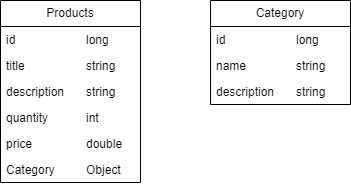
The draw.io diagram models.png in bhaveshpadave/ProductService, before a commit. Source tidied: cells renumbered, new cells last; positions are measured from the earlier drawing's top-left corner, leaving out a move shared by most shapes.
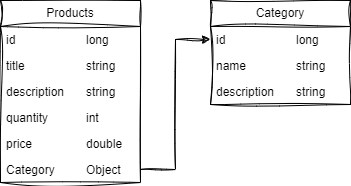
The same diagram one commit later.

The edit, as a diff of the source:
```diff
@@ -2,38 +2,41 @@
   <root>
     <mxCell id="0" />
     <mxCell id="1" parent="0" />
-    <mxCell id="2" value="Products" style="swimlane;fontStyle=0;horizontal=1;startSize=26;fillColor=none;whiteSpace=wrap;html=1;" parent="1" vertex="1">
+    <mxCell id="2" value="Products" style="swimlane;fontStyle=0;horizontal=1;startSize=26;whiteSpace=wrap;html=1;labelBackgroundColor=none;rounded=0;sketch=1;curveFitting=1;jiggle=2;fontFamily=Helvetica;" parent="1" vertex="1">
       <mxGeometry width="140" height="182" as="geometry" />
     </mxCell>
-    <mxCell id="3" value="id&lt;span style=&quot;white-space: pre;&quot;&gt;&#9;&lt;/span&gt;&lt;span style=&quot;white-space: pre;&quot;&gt;&#9;&lt;span style=&quot;white-space: pre;&quot;&gt;&#9;&lt;/span&gt;&lt;/span&gt;long" style="text;strokeColor=none;fillColor=none;align=left;verticalAlign=top;spacingLeft=4;spacingRight=4;overflow=hidden;whiteSpace=wrap;html=1;" parent="2" vertex="1">
+    <mxCell id="3" value="id&lt;span style=&quot;white-space: pre;&quot;&gt;&#9;&lt;/span&gt;&lt;span style=&quot;white-space: pre;&quot;&gt;&#9;&lt;span style=&quot;white-space: pre;&quot;&gt;&#9;&lt;/span&gt;&lt;/span&gt;long" style="text;align=left;verticalAlign=top;spacingLeft=4;spacingRight=4;overflow=hidden;whiteSpace=wrap;html=1;labelBackgroundColor=none;rounded=0;sketch=1;curveFitting=1;jiggle=2;fontFamily=Helvetica;" parent="2" vertex="1">
       <mxGeometry y="26" width="140" height="26" as="geometry" />
     </mxCell>
-    <mxCell id="4" value="title&lt;span style=&quot;white-space: pre;&quot;&gt;&#9;&lt;/span&gt;&lt;span style=&quot;white-space: pre;&quot;&gt;&#9;&lt;span style=&quot;white-space: pre;&quot;&gt;&#9;&lt;/span&gt;&lt;/span&gt;string" style="text;strokeColor=none;fillColor=none;align=left;verticalAlign=top;spacingLeft=4;spacingRight=4;overflow=hidden;whiteSpace=wrap;html=1;" parent="2" vertex="1">
+    <mxCell id="4" value="title&lt;span style=&quot;white-space: pre;&quot;&gt;&#9;&lt;/span&gt;&lt;span style=&quot;white-space: pre;&quot;&gt;&#9;&lt;span style=&quot;white-space: pre;&quot;&gt;&#9;&lt;/span&gt;&lt;/span&gt;string" style="text;align=left;verticalAlign=top;spacingLeft=4;spacingRight=4;overflow=hidden;whiteSpace=wrap;html=1;labelBackgroundColor=none;rounded=0;sketch=1;curveFitting=1;jiggle=2;fontFamily=Helvetica;" parent="2" vertex="1">
       <mxGeometry y="52" width="140" height="26" as="geometry" />
     </mxCell>
-    <mxCell id="5" value="description&lt;span style=&quot;white-space: pre;&quot;&gt;&#9;&lt;/span&gt;string" style="text;strokeColor=none;fillColor=none;align=left;verticalAlign=top;spacingLeft=4;spacingRight=4;overflow=hidden;whiteSpace=wrap;html=1;" parent="2" vertex="1">
+    <mxCell id="5" value="description&lt;span style=&quot;white-space: pre;&quot;&gt;&#9;&lt;/span&gt;string" style="text;align=left;verticalAlign=top;spacingLeft=4;spacingRight=4;overflow=hidden;whiteSpace=wrap;html=1;labelBackgroundColor=none;rounded=0;sketch=1;curveFitting=1;jiggle=2;fontFamily=Helvetica;" parent="2" vertex="1">
       <mxGeometry y="78" width="140" height="26" as="geometry" />
     </mxCell>
-    <mxCell id="6" value="quantity&lt;span style=&quot;white-space: pre;&quot;&gt;&#9;&lt;/span&gt;&lt;span style=&quot;white-space: pre;&quot;&gt;&#9;&lt;/span&gt;int" style="text;strokeColor=none;fillColor=none;align=left;verticalAlign=top;spacingLeft=4;spacingRight=4;overflow=hidden;whiteSpace=wrap;html=1;" parent="2" vertex="1">
+    <mxCell id="6" value="quantity&lt;span style=&quot;white-space: pre;&quot;&gt;&#9;&lt;/span&gt;&lt;span style=&quot;white-space: pre;&quot;&gt;&#9;&lt;/span&gt;int" style="text;align=left;verticalAlign=top;spacingLeft=4;spacingRight=4;overflow=hidden;whiteSpace=wrap;html=1;labelBackgroundColor=none;rounded=0;sketch=1;curveFitting=1;jiggle=2;fontFamily=Helvetica;" parent="2" vertex="1">
       <mxGeometry y="104" width="140" height="26" as="geometry" />
     </mxCell>
-    <mxCell id="7" value="price&lt;span style=&quot;white-space: pre;&quot;&gt;&#9;&lt;/span&gt;&lt;span style=&quot;white-space: pre;&quot;&gt;&#9;&lt;/span&gt;double" style="text;strokeColor=none;fillColor=none;align=left;verticalAlign=top;spacingLeft=4;spacingRight=4;overflow=hidden;whiteSpace=wrap;html=1;" parent="2" vertex="1">
+    <mxCell id="7" value="price&lt;span style=&quot;white-space: pre;&quot;&gt;&#9;&lt;/span&gt;&lt;span style=&quot;white-space: pre;&quot;&gt;&#9;&lt;/span&gt;double" style="text;align=left;verticalAlign=top;spacingLeft=4;spacingRight=4;overflow=hidden;whiteSpace=wrap;html=1;labelBackgroundColor=none;rounded=0;sketch=1;curveFitting=1;jiggle=2;fontFamily=Helvetica;" parent="2" vertex="1">
       <mxGeometry y="130" width="140" height="26" as="geometry" />
     </mxCell>
-    <mxCell id="8" value="Category&lt;span style=&quot;white-space: pre;&quot;&gt;&#9;&lt;/span&gt;&lt;span style=&quot;white-space: pre;&quot;&gt;&#9;&lt;/span&gt;Object" style="text;strokeColor=none;fillColor=none;align=left;verticalAlign=top;spacingLeft=4;spacingRight=4;overflow=hidden;points=[[0,0.5],[1,0.5]];portConstraint=eastwest;whiteSpace=wrap;html=1;" parent="2" vertex="1">
+    <mxCell id="8" value="Category&lt;span style=&quot;white-space: pre;&quot;&gt;&#9;&lt;/span&gt;&lt;span style=&quot;white-space: pre;&quot;&gt;&#9;&lt;/span&gt;Object" style="text;align=left;verticalAlign=top;spacingLeft=4;spacingRight=4;overflow=hidden;points=[[0,0.5],[1,0.5]];portConstraint=eastwest;whiteSpace=wrap;html=1;labelBackgroundColor=none;rounded=0;sketch=1;curveFitting=1;jiggle=2;fontFamily=Helvetica;" parent="2" vertex="1">
       <mxGeometry y="156" width="140" height="26" as="geometry" />
     </mxCell>
-    <mxCell id="9" value="Category" style="swimlane;fontStyle=0;horizontal=1;startSize=26;fillColor=none;whiteSpace=wrap;html=1;" parent="1" vertex="1">
+    <mxCell id="9" value="Category" style="swimlane;fontStyle=0;horizontal=1;startSize=26;whiteSpace=wrap;html=1;labelBackgroundColor=none;rounded=0;sketch=1;curveFitting=1;jiggle=2;fontFamily=Helvetica;" parent="1" vertex="1">
       <mxGeometry x="210" width="140" height="104" as="geometry" />
     </mxCell>
-    <mxCell id="10" value="id&lt;span style=&quot;white-space: pre;&quot;&gt;&#9;&lt;/span&gt;&lt;span style=&quot;white-space: pre;&quot;&gt;&#9;&lt;span style=&quot;white-space: pre;&quot;&gt;&#9;&lt;/span&gt;&lt;/span&gt;long" style="text;strokeColor=none;fillColor=none;align=left;verticalAlign=top;spacingLeft=4;spacingRight=4;overflow=hidden;points=[[0,0.5],[1,0.5]];portConstraint=eastwest;whiteSpace=wrap;html=1;" parent="9" vertex="1">
+    <mxCell id="10" value="id&lt;span style=&quot;white-space: pre;&quot;&gt;&#9;&lt;/span&gt;&lt;span style=&quot;white-space: pre;&quot;&gt;&#9;&lt;span style=&quot;white-space: pre;&quot;&gt;&#9;&lt;/span&gt;&lt;/span&gt;long" style="text;align=left;verticalAlign=top;spacingLeft=4;spacingRight=4;overflow=hidden;points=[[0,0.5],[1,0.5]];portConstraint=eastwest;whiteSpace=wrap;html=1;labelBackgroundColor=none;rounded=0;sketch=1;curveFitting=1;jiggle=2;fontFamily=Helvetica;" parent="9" vertex="1">
       <mxGeometry y="26" width="140" height="26" as="geometry" />
     </mxCell>
-    <mxCell id="11" value="name&lt;span style=&quot;white-space: pre;&quot;&gt;&#9;&lt;span style=&quot;white-space: pre;&quot;&gt;&#9;&lt;/span&gt;&lt;/span&gt;string" style="text;strokeColor=none;fillColor=none;align=left;verticalAlign=top;spacingLeft=4;spacingRight=4;overflow=hidden;whiteSpace=wrap;html=1;" parent="9" vertex="1">
+    <mxCell id="11" value="name&lt;span style=&quot;white-space: pre;&quot;&gt;&#9;&lt;span style=&quot;white-space: pre;&quot;&gt;&#9;&lt;/span&gt;&lt;/span&gt;string" style="text;align=left;verticalAlign=top;spacingLeft=4;spacingRight=4;overflow=hidden;whiteSpace=wrap;html=1;labelBackgroundColor=none;rounded=0;sketch=1;curveFitting=1;jiggle=2;fontFamily=Helvetica;" parent="9" vertex="1">
       <mxGeometry y="52" width="140" height="26" as="geometry" />
     </mxCell>
-    <mxCell id="12" value="description&lt;span style=&quot;white-space: pre;&quot;&gt;&#9;&lt;/span&gt;string" style="text;strokeColor=none;fillColor=none;align=left;verticalAlign=top;spacingLeft=4;spacingRight=4;overflow=hidden;whiteSpace=wrap;html=1;" parent="9" vertex="1">
+    <mxCell id="12" value="description&lt;span style=&quot;white-space: pre;&quot;&gt;&#9;&lt;/span&gt;string" style="text;align=left;verticalAlign=top;spacingLeft=4;spacingRight=4;overflow=hidden;whiteSpace=wrap;html=1;labelBackgroundColor=none;rounded=0;sketch=1;curveFitting=1;jiggle=2;fontFamily=Helvetica;" parent="9" vertex="1">
       <mxGeometry y="78" width="140" height="26" as="geometry" />
     </mxCell>
+    <mxCell id="13" style="edgeStyle=orthogonalEdgeStyle;rounded=0;jettySize=auto;html=1;exitX=1;exitY=0.5;exitDx=0;exitDy=0;entryX=0;entryY=0.5;entryDx=0;entryDy=0;sketch=1;curveFitting=1;jiggle=2;labelBackgroundColor=none;fontColor=default;fontFamily=Helvetica;" parent="1" edge="1" source="8" target="10">
+      <mxGeometry relative="1" as="geometry" />
+    </mxCell>
   </root>
 </mxGraphModel>
```
